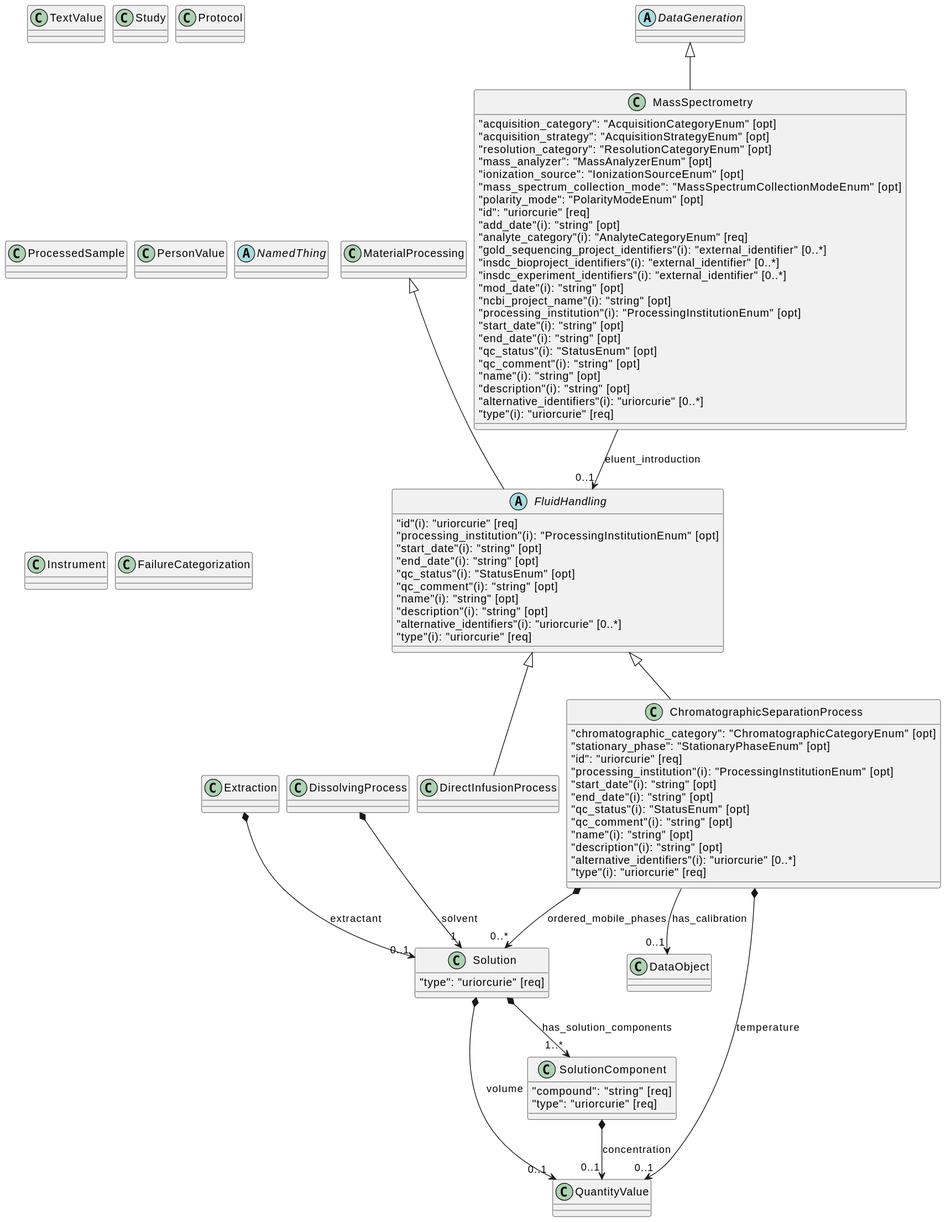
Above: assets/chemistry.svg in microbiomedata/nmdc-schema (PlantUML), before the change.
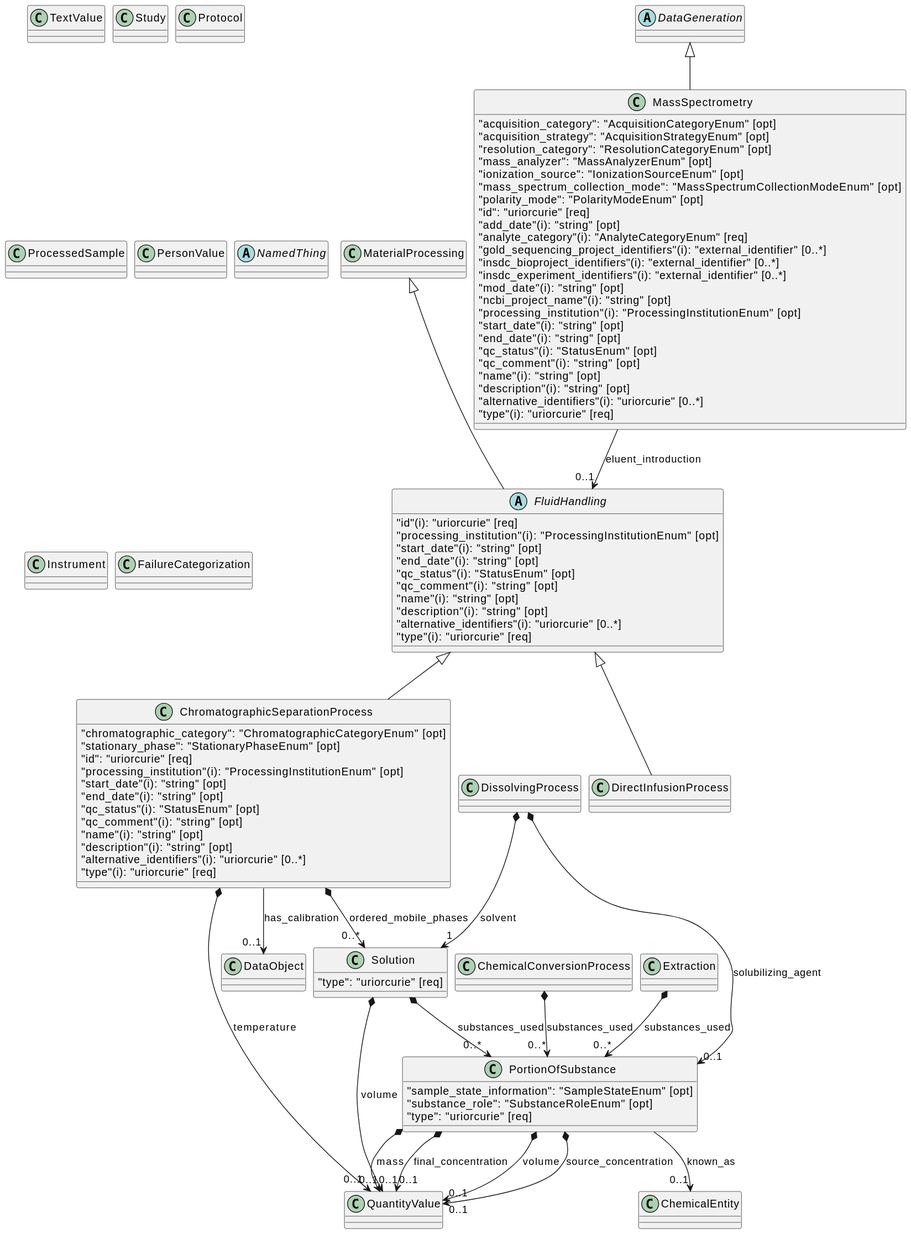
The same diagram one commit later.

Change to the diagram source:
```diff
@@ -2,17 +2,15 @@
 skinparam nodesep 10
 class "TextValue"
 class "Study"
-class "SolutionComponent" {
-    {field} "compound": "string" [req]
+class "Solution" {
     {field} "type": "uriorcurie" [req]
 }
 class "QuantityValue"
-class "Solution" {
+class "PortionOfSubstance" {
+    {field} "sample_state_information": "SampleStateEnum" [opt]
+    {field} "substance_role": "SubstanceRoleEnum" [opt]
     {field} "type": "uriorcurie" [req]
 }
-"SolutionComponent" *--> "0..1" "QuantityValue" : "concentration"
-"Solution" *--> "1..*" "SolutionComponent" : "has_solution_components"
-class "Extraction"
 class "ChromatographicSeparationProcess" {
     {field} "chromatographic_category": "ChromatographicCategoryEnum" [opt]
     {field} "stationary_phase": "StationaryPhaseEnum" [opt]
@@ -29,11 +27,22 @@
 }
 class "DissolvingProcess"
 "Solution" *--> "0..1" "QuantityValue" : "volume"
-"Extraction" *--> "0..1" "Solution" : "extractant"
+"Solution" *--> "0..*" "PortionOfSubstance" : "substances_used"
 "ChromatographicSeparationProcess" *--> "0..*" "Solution" : "ordered_mobile_phases"
 "DissolvingProcess" *--> "1" "Solution" : "solvent"
 class "Protocol"
 class "ProcessedSample"
+class "ChemicalEntity"
+class "Extraction"
+class "ChemicalConversionProcess"
+"PortionOfSubstance" *--> "0..1" "QuantityValue" : "volume"
+"PortionOfSubstance" *--> "0..1" "QuantityValue" : "source_concentration"
+"PortionOfSubstance" *--> "0..1" "QuantityValue" : "mass"
+"PortionOfSubstance" --> "0..1" "ChemicalEntity" : "known_as"
+"PortionOfSubstance" *--> "0..1" "QuantityValue" : "final_concentration"
+"DissolvingProcess" *--> "0..1" "PortionOfSubstance" : "solubilizing_agent"
+"Extraction" *--> "0..*" "PortionOfSubstance" : "substances_used"
+"ChemicalConversionProcess" *--> "0..*" "PortionOfSubstance" : "substances_used"
 class "PersonValue"
 abstract "NamedThing"
 class "MaterialProcessing"
```
